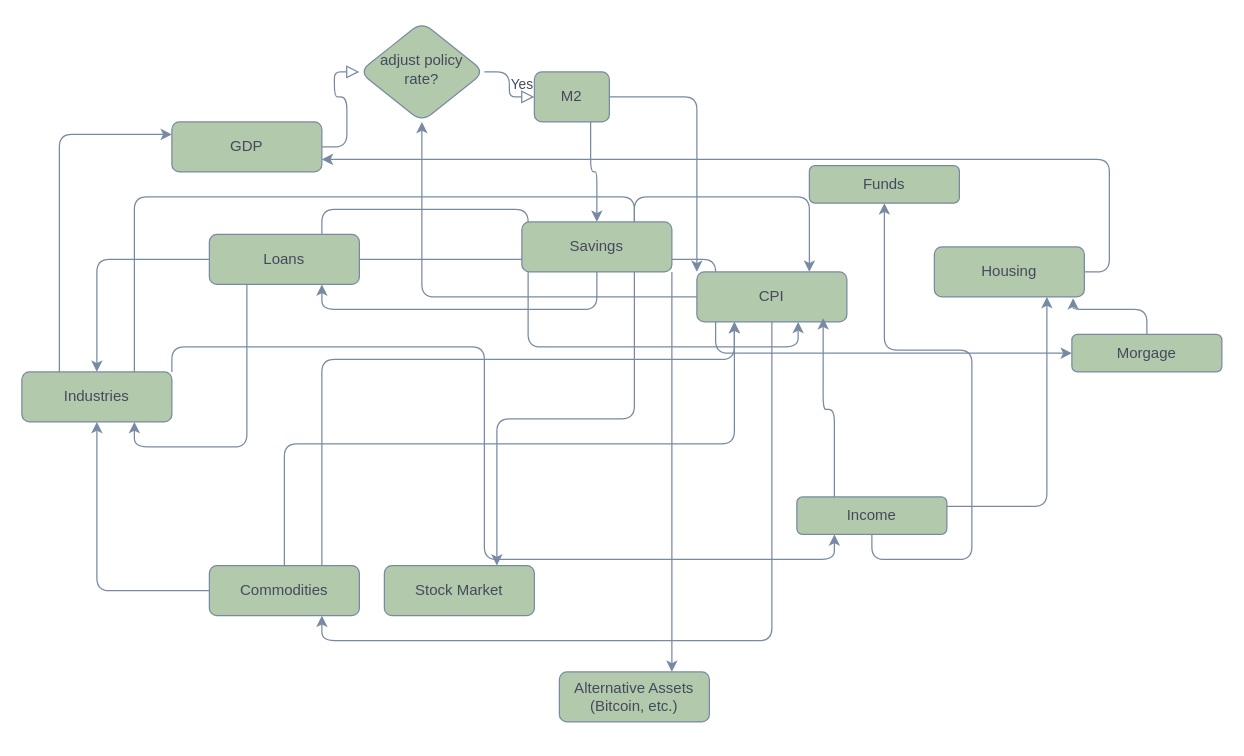
Before: concept.drawio in quantalucia/qli, a draw.io diagram. Source tidied: cells renumbered, new cells numbered last; positions are measured from the earlier drawing's top-left corner, leaving out a move shared by most shapes. Both pictures are drawn from the tidied source at 125%, with x=0, y=0 at pixel (21, 21).
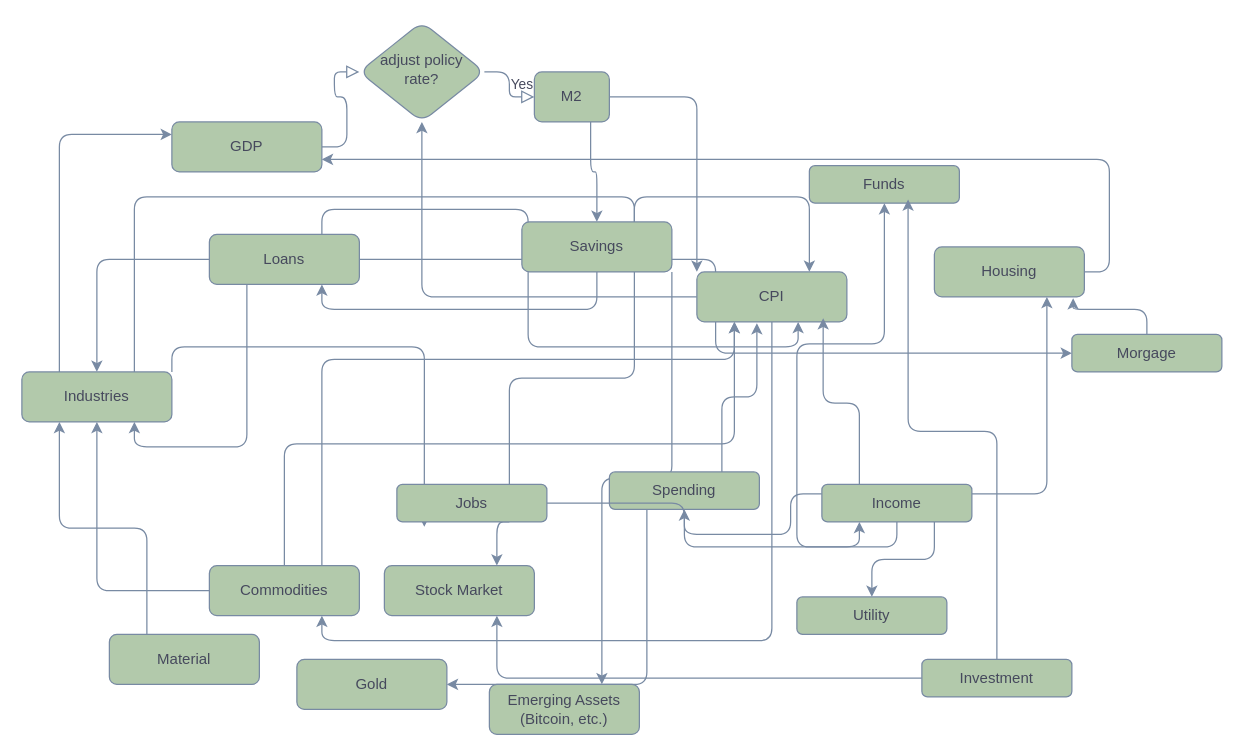
Above is the later version.

Commit message:
Create more complex relationship

Unchanged cells that the change refers to:
```xml
<mxCell id="16" value="CPI" style="rounded=1;whiteSpace=wrap;html=1;fontSize=12;glass=0;strokeWidth=1;shadow=0;fillColor=#B2C9AB;strokeColor=#788AA3;fontColor=#46495D;" parent="1" vertex="1">
  <mxGeometry x="540" y="200" width="120" height="40" as="geometry" />
</mxCell>
<mxCell id="20" value="Industries" style="rounded=1;whiteSpace=wrap;html=1;fontSize=12;glass=0;strokeWidth=1;shadow=0;fillColor=#B2C9AB;strokeColor=#788AA3;fontColor=#46495D;" parent="1" vertex="1">
  <mxGeometry y="280" width="120" height="40" as="geometry" />
</mxCell>
<mxCell id="24" value="Stock Market" style="rounded=1;whiteSpace=wrap;html=1;fontSize=12;glass=0;strokeWidth=1;shadow=0;fillColor=#B2C9AB;strokeColor=#788AA3;fontColor=#46495D;" parent="1" vertex="1">
  <mxGeometry x="290" y="435" width="120" height="40" as="geometry" />
</mxCell>
<mxCell id="30" value="Funds" style="rounded=1;whiteSpace=wrap;html=1;fontSize=12;glass=0;strokeWidth=1;shadow=0;fillColor=#B2C9AB;strokeColor=#788AA3;fontColor=#46495D;" parent="1" vertex="1">
  <mxGeometry x="630" y="115" width="120" height="30" as="geometry" />
</mxCell>
<mxCell id="35" value="Savings" style="rounded=1;whiteSpace=wrap;html=1;fontSize=12;glass=0;strokeWidth=1;shadow=0;fillColor=#B2C9AB;strokeColor=#788AA3;fontColor=#46495D;" parent="1" vertex="1">
  <mxGeometry x="400" y="160" width="120" height="40" as="geometry" />
</mxCell>
```

What changed in the source:
```diff
@@
-    <mxCell id="18" style="edgeStyle=orthogonalEdgeStyle;rounded=1;jettySize=auto;html=1;exitX=1;exitY=0;exitDx=0;exitDy=0;entryX=0.25;entryY=1;entryDx=0;entryDy=0;strokeColor=#788AA3;fontColor=#46495D;" parent="1" edge="1" source="20" target="29">
+    <mxCell id="18" style="edgeStyle=orthogonalEdgeStyle;rounded=1;jettySize=auto;html=1;exitX=1;exitY=0;exitDx=0;exitDy=0;entryX=0.183;entryY=1.133;entryDx=0;entryDy=0;strokeColor=#788AA3;fontColor=#46495D;entryPerimeter=0;" parent="1" edge="1" source="20" target="54">
       <mxGeometry relative="1" as="geometry" />
     </mxCell>
@@
-    <mxCell id="22" style="edgeStyle=orthogonalEdgeStyle;rounded=1;jettySize=auto;html=1;exitX=0.75;exitY=1;exitDx=0;exitDy=0;entryX=0.75;entryY=0;entryDx=0;entryDy=0;strokeColor=#788AA3;fontColor=#46495D;" parent="1" edge="1" source="35" target="24">
+    <mxCell id="22" style="edgeStyle=orthogonalEdgeStyle;rounded=1;jettySize=auto;html=1;exitX=0.75;exitY=1;exitDx=0;exitDy=0;entryX=0.75;entryY=0;entryDx=0;entryDy=0;strokeColor=#788AA3;fontColor=#46495D;startArrow=none;" parent="1" edge="1" source="54" target="24">
       <mxGeometry relative="1" as="geometry" />
     </mxCell>
@@
-    <mxCell id="25" value="Alternative Assets&lt;br&gt;(Bitcoin, etc.)" style="rounded=1;whiteSpace=wrap;html=1;fontSize=12;glass=0;strokeWidth=1;shadow=0;fillColor=#B2C9AB;strokeColor=#788AA3;fontColor=#46495D;" parent="1" vertex="1">
-      <mxGeometry x="430" y="520" width="120" height="40" as="geometry" />
+    <mxCell id="25" value="Emerging Assets&lt;br&gt;(Bitcoin, etc.)" style="rounded=1;whiteSpace=wrap;html=1;fontSize=12;glass=0;strokeWidth=1;shadow=0;fillColor=#B2C9AB;strokeColor=#788AA3;fontColor=#46495D;" parent="1" vertex="1">
+      <mxGeometry x="374" y="530" width="120" height="40" as="geometry" />
     </mxCell>
@@
+    <mxCell id="41" style="edgeStyle=orthogonalEdgeStyle;rounded=1;jettySize=auto;html=1;exitX=0;exitY=0.25;exitDx=0;exitDy=0;entryX=0.5;entryY=1;entryDx=0;entryDy=0;fontColor=#46495D;strokeColor=#788AA3;fillColor=#B2C9AB;" parent="1" edge="1" source="29" target="48">
+      <mxGeometry relative="1" as="geometry" />
+    </mxCell>
+    <mxCell id="42" style="edgeStyle=orthogonalEdgeStyle;rounded=1;jettySize=auto;html=1;exitX=0.75;exitY=1;exitDx=0;exitDy=0;fontColor=#46495D;strokeColor=#788AA3;fillColor=#B2C9AB;" parent="1" edge="1" source="29" target="52">
+      <mxGeometry relative="1" as="geometry" />
+    </mxCell>
     <mxCell id="29" value="Income" style="rounded=1;whiteSpace=wrap;html=1;fontSize=12;glass=0;strokeWidth=1;shadow=0;fillColor=#B2C9AB;strokeColor=#788AA3;fontColor=#46495D;" parent="1" vertex="1">
-      <mxGeometry x="620" y="380" width="120" height="30" as="geometry" />
+      <mxGeometry x="640" y="370" width="120" height="30" as="geometry" />
     </mxCell>
@@
+    <mxCell id="43" value="Gold" style="rounded=1;whiteSpace=wrap;html=1;fontSize=12;glass=0;strokeWidth=1;shadow=0;fillColor=#B2C9AB;strokeColor=#788AA3;fontColor=#46495D;" parent="1" vertex="1">
+      <mxGeometry x="220" y="510" width="120" height="40" as="geometry" />
+    </mxCell>
+    <mxCell id="44" style="edgeStyle=orthogonalEdgeStyle;rounded=1;jettySize=auto;html=1;exitX=0.25;exitY=0;exitDx=0;exitDy=0;entryX=0.25;entryY=1;entryDx=0;entryDy=0;fontColor=#46495D;strokeColor=#788AA3;fillColor=#B2C9AB;" parent="1" edge="1" source="45" target="20">
+      <mxGeometry relative="1" as="geometry" />
+    </mxCell>
+    <mxCell id="45" value="Material" style="rounded=1;whiteSpace=wrap;html=1;fontSize=12;glass=0;strokeWidth=1;shadow=0;fillColor=#B2C9AB;strokeColor=#788AA3;fontColor=#46495D;" parent="1" vertex="1">
+      <mxGeometry x="70" y="490" width="120" height="40" as="geometry" />
+    </mxCell>
+    <mxCell id="46" style="edgeStyle=orthogonalEdgeStyle;rounded=1;jettySize=auto;html=1;exitX=0.75;exitY=0;exitDx=0;exitDy=0;entryX=0.4;entryY=1.025;entryDx=0;entryDy=0;entryPerimeter=0;fontColor=#46495D;strokeColor=#788AA3;fillColor=#B2C9AB;" parent="1" edge="1" source="48" target="16">
+      <mxGeometry relative="1" as="geometry" />
+    </mxCell>
+    <mxCell id="47" style="edgeStyle=orthogonalEdgeStyle;rounded=1;jettySize=auto;html=1;exitX=0.25;exitY=1;exitDx=0;exitDy=0;entryX=1;entryY=0.5;entryDx=0;entryDy=0;fontColor=#46495D;strokeColor=#788AA3;fillColor=#B2C9AB;" parent="1" edge="1" source="48" target="43">
+      <mxGeometry relative="1" as="geometry" />
+    </mxCell>
+    <mxCell id="48" value="Spending" style="rounded=1;whiteSpace=wrap;html=1;fontSize=12;glass=0;strokeWidth=1;shadow=0;fillColor=#B2C9AB;strokeColor=#788AA3;fontColor=#46495D;" parent="1" vertex="1">
+      <mxGeometry x="470" y="360" width="120" height="30" as="geometry" />
+    </mxCell>
+    <mxCell id="49" style="edgeStyle=orthogonalEdgeStyle;rounded=1;jettySize=auto;html=1;exitX=0;exitY=0.5;exitDx=0;exitDy=0;entryX=0.75;entryY=1;entryDx=0;entryDy=0;fontColor=#46495D;strokeColor=#788AA3;fillColor=#B2C9AB;" parent="1" edge="1" source="51" target="24">
+      <mxGeometry relative="1" as="geometry" />
+    </mxCell>
+    <mxCell id="50" style="edgeStyle=orthogonalEdgeStyle;rounded=1;jettySize=auto;html=1;exitX=0.5;exitY=0;exitDx=0;exitDy=0;entryX=0.658;entryY=0.9;entryDx=0;entryDy=0;entryPerimeter=0;fontColor=#46495D;strokeColor=#788AA3;fillColor=#B2C9AB;" parent="1" edge="1" source="51" target="30">
+      <mxGeometry relative="1" as="geometry" />
+    </mxCell>
+    <mxCell id="51" value="Investment" style="rounded=1;whiteSpace=wrap;html=1;fontSize=12;glass=0;strokeWidth=1;shadow=0;fillColor=#B2C9AB;strokeColor=#788AA3;fontColor=#46495D;" parent="1" vertex="1">
+      <mxGeometry x="720" y="510" width="120" height="30" as="geometry" />
+    </mxCell>
+    <mxCell id="52" value="Utility" style="rounded=1;whiteSpace=wrap;html=1;fontSize=12;glass=0;strokeWidth=1;shadow=0;fillColor=#B2C9AB;strokeColor=#788AA3;fontColor=#46495D;" parent="1" vertex="1">
+      <mxGeometry x="620" y="460" width="120" height="30" as="geometry" />
+    </mxCell>
+    <mxCell id="53" style="edgeStyle=orthogonalEdgeStyle;rounded=1;jettySize=auto;html=1;exitX=1;exitY=0.5;exitDx=0;exitDy=0;entryX=0.25;entryY=1;entryDx=0;entryDy=0;fontColor=#46495D;strokeColor=#788AA3;fillColor=#B2C9AB;" parent="1" edge="1" source="54" target="29">
+      <mxGeometry relative="1" as="geometry" />
+    </mxCell>
+    <mxCell id="54" value="Jobs" style="rounded=1;whiteSpace=wrap;html=1;fontSize=12;glass=0;strokeWidth=1;shadow=0;fillColor=#B2C9AB;strokeColor=#788AA3;fontColor=#46495D;" parent="1" vertex="1">
+      <mxGeometry x="300" y="370" width="120" height="30" as="geometry" />
+    </mxCell>
+    <mxCell id="55" style="edgeStyle=orthogonalEdgeStyle;rounded=1;jettySize=auto;html=1;exitX=0.75;exitY=1;exitDx=0;exitDy=0;entryX=0.75;entryY=0;entryDx=0;entryDy=0;strokeColor=#788AA3;fontColor=#46495D;endArrow=none;" parent="1" edge="1" source="35" target="54">
+      <mxGeometry relative="1" as="geometry" />
+    </mxCell>
```
